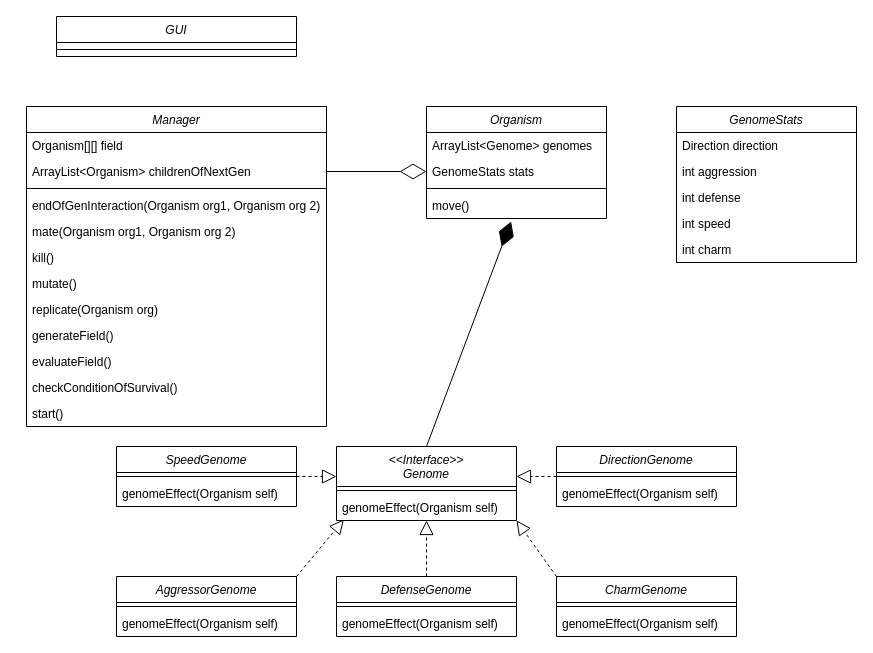
Akbar-Noser/Evolution keeps this draw.io diagram as page "StartingUMLClassDiagramm" (1 of 3) of Evolution.drawio. Above is the earlier version. Source tidied: cells renumbered, new cells numbered last; positions are measured from the earlier drawing's top-left corner, leaving out a move shared by most shapes. Both pictures are drawn from the tidied source at 100%, with x=0, y=0 at pixel (26, 16).
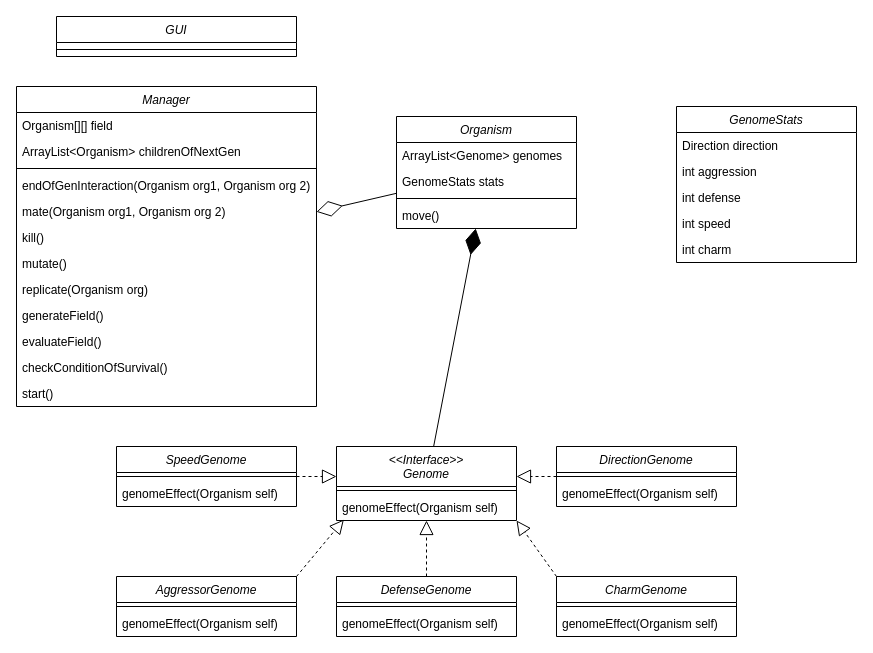
The same diagram, later.

Commit message (it also covers changes not shown here):
added sequence diagram and finished Class Diagramm

The change refers to these unchanged cells:
```xml
<mxCell id="2" value="&lt;&lt;Interface&gt;&gt;&#10;Genome" style="swimlane;fontStyle=2;align=center;verticalAlign=top;horizontal=1;startSize=40;rounded=0;shadow=0;strokeWidth=1;" parent="1" vertex="1">
  <mxGeometry x="310" y="430" width="180" height="74" as="geometry" />
</mxCell>
<mxCell id="18" value="move()" style="text;align=left;verticalAlign=top;spacingLeft=4;spacingRight=4;overflow=hidden;points=[[0,0.5],[1,0.5]];portConstraint=eastwest;" parent="14" vertex="1">
  <mxGeometry y="86" width="180" height="26" as="geometry" />
</mxCell>
<mxCell id="32" value="ArrayList&lt;Organism&gt; childrenOfNextGen" style="text;align=left;verticalAlign=top;spacingLeft=4;spacingRight=4;overflow=hidden;points=[[0,0.5],[1,0.5]];portConstraint=eastwest;" parent="30" vertex="1">
  <mxGeometry y="52" width="300" height="26" as="geometry" />
</mxCell>
```

What changed in the source:
```diff
@@
     <mxCell id="14" value="Organism" style="swimlane;fontStyle=2;align=center;verticalAlign=top;horizontal=1;startSize=26;rounded=0;shadow=0;strokeWidth=1;" parent="1" vertex="1">
-      <mxGeometry x="400" y="90" width="180" height="112" as="geometry" />
+      <mxGeometry x="370" y="100" width="180" height="112" as="geometry" />
     </mxCell>
@@
     <mxCell id="30" value="Manager" style="swimlane;fontStyle=2;align=center;verticalAlign=top;horizontal=1;startSize=26;rounded=0;shadow=0;strokeWidth=1;" parent="1" vertex="1">
-      <mxGeometry y="90" width="300" height="320" as="geometry" />
+      <mxGeometry x="-10" y="70" width="300" height="320" as="geometry" />
     </mxCell>
@@
-    <mxCell id="43" style="endArrow=diamondThin;endFill=1;endSize=24;html=1;rounded=0;entryX=0.47;entryY=1.115;entryDx=0;entryDy=0;entryPerimeter=0;exitX=0.5;exitY=0;exitDx=0;exitDy=0;" parent="1" edge="1" source="2" target="18">
+    <mxCell id="43" style="endArrow=diamondThin;endFill=1;endSize=24;html=1;rounded=0;" parent="1" edge="1" source="2" target="14">
       <mxGeometry relative="1" as="geometry" />
     </mxCell>
-    <mxCell id="44" style="endArrow=diamondThin;endFill=0;endSize=24;html=1;rounded=0;exitX=1;exitY=0.5;exitDx=0;exitDy=0;entryX=0;entryY=0.5;entryDx=0;entryDy=0;" parent="1" edge="1" source="32">
-      <mxGeometry relative="1" as="geometry">
-        <mxPoint x="400" y="155" as="targetPoint" />
-      </mxGeometry>
+    <mxCell id="44" style="endArrow=diamondThin;endFill=0;endSize=24;html=1;rounded=0;" parent="1" edge="1" source="14" target="30">
+      <mxGeometry relative="1" as="geometry" />
     </mxCell>
```
